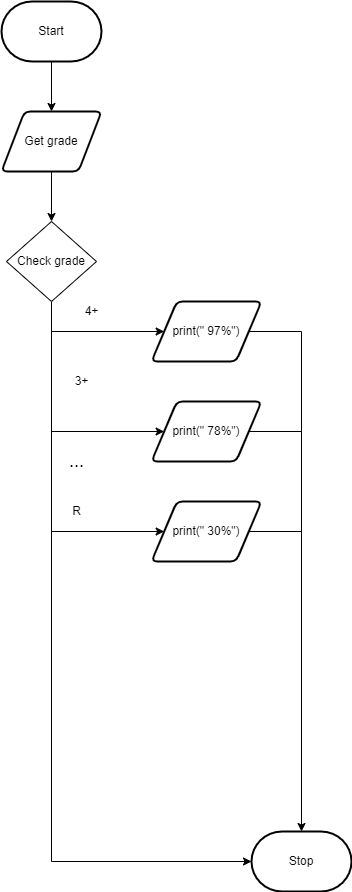
This is flowchart.png from Huzaifa-Khalid-2/ICS3U-Unit5-03-Python, a draw.io export, as it was before one commit. Source tidied: cells renumbered, new cells last; positions are measured from the earlier drawing's top-left corner, leaving out a move shared by most shapes.
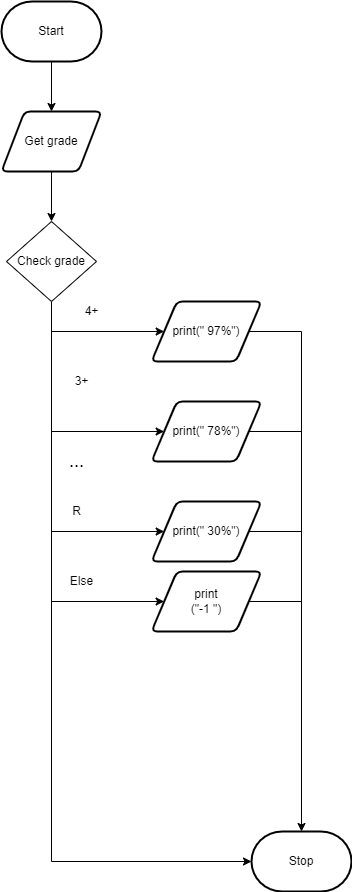
After the commit.

What changed in the source:
```diff
@@ -84,5 +84,21 @@
         <mxPoint x="300" y="530" as="targetPoint" />
       </mxGeometry>
     </mxCell>
+    <mxCell id="22" style="endArrow=classic;html=1;rounded=0;entryX=0;entryY=0.5;entryDx=0;entryDy=0;" parent="1" edge="1" target="23">
+      <mxGeometry relative="1" as="geometry">
+        <mxPoint x="50" y="600" as="sourcePoint" />
+      </mxGeometry>
+    </mxCell>
+    <mxCell id="23" value="print&lt;br&gt;(&quot;-1 &quot;)" style="shape=parallelogram;html=1;strokeWidth=2;perimeter=parallelogramPerimeter;whiteSpace=wrap;rounded=1;arcSize=12;size=0.23;" parent="1" vertex="1">
+      <mxGeometry x="150" y="570" width="110" height="60" as="geometry" />
+    </mxCell>
+    <mxCell id="24" value="Else" style="text;html=1;align=center;verticalAlign=middle;strokeColor=none;fillColor=none;" parent="1" vertex="1">
+      <mxGeometry x="60" y="570" width="40" height="20" as="geometry" />
+    </mxCell>
+    <mxCell id="25" style="endArrow=none;html=1;rounded=0;fontSize=18;exitX=1;exitY=0.5;exitDx=0;exitDy=0;" parent="1" edge="1" source="23">
+      <mxGeometry relative="1" as="geometry">
+        <mxPoint x="300" y="600" as="targetPoint" />
+      </mxGeometry>
+    </mxCell>
   </root>
 </mxGraphModel>
```
